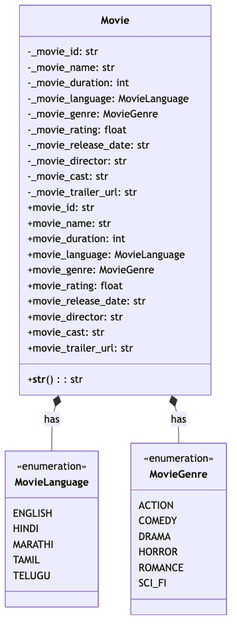
Earlier version of the Mermaid export movie-ticket-booking/uml-diagrams/01_movie_system.png (harshuljain13/Low-Level-Designs). Its source is kept beside it as movie-ticket-booking/uml-diagrams/01_movie_system.mmd.
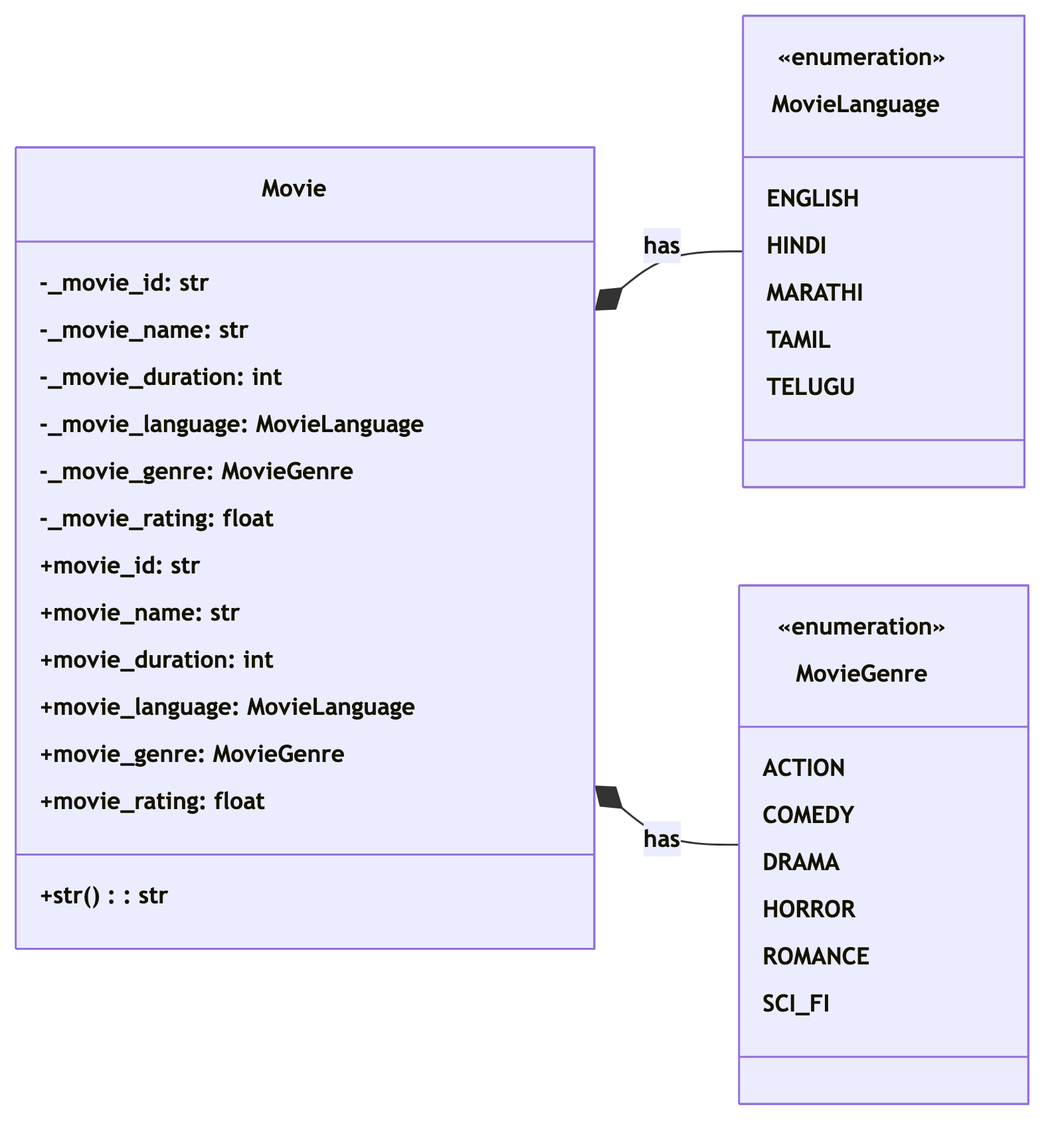
The same file after the commit.

Change to the diagram source:
```diff
@@ -1,4 +1,6 @@
 classDiagram
+    direction LR
+
     class Movie {
         -_movie_id: str
         -_movie_name: str
@@ -6,20 +8,12 @@
         -_movie_language: MovieLanguage
         -_movie_genre: MovieGenre
         -_movie_rating: float
-        -_movie_release_date: str
-        -_movie_director: str
-        -_movie_cast: str
-        -_movie_trailer_url: str
         +movie_id: str
         +movie_name: str
         +movie_duration: int
         +movie_language: MovieLanguage
         +movie_genre: MovieGenre
         +movie_rating: float
-        +movie_release_date: str
-        +movie_director: str
-        +movie_cast: str
-        +movie_trailer_url: str
         +__str__(): str
     }
 
```
